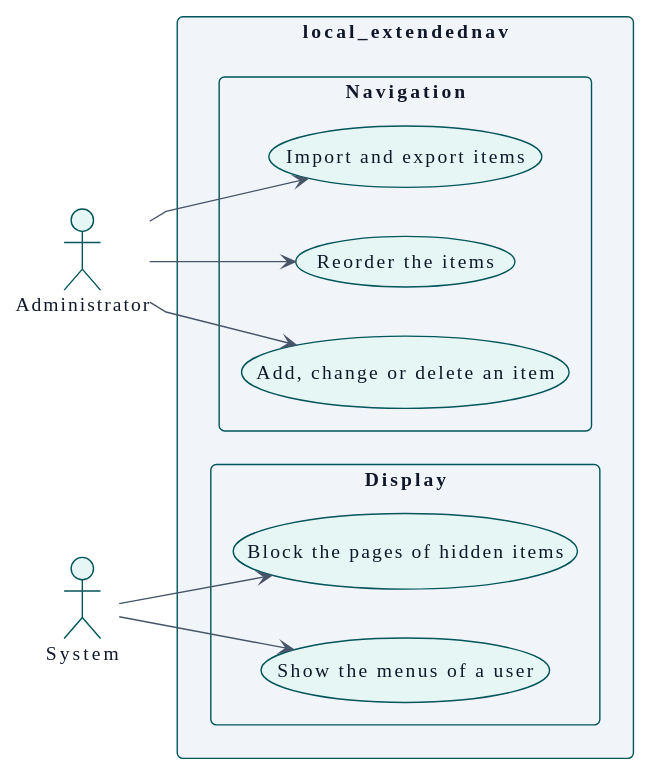
This is docs/en/technical/requirements/use-case-overview.svg from didactika/moodle-local_extendednav, a PlantUML export, as it was before one commit.
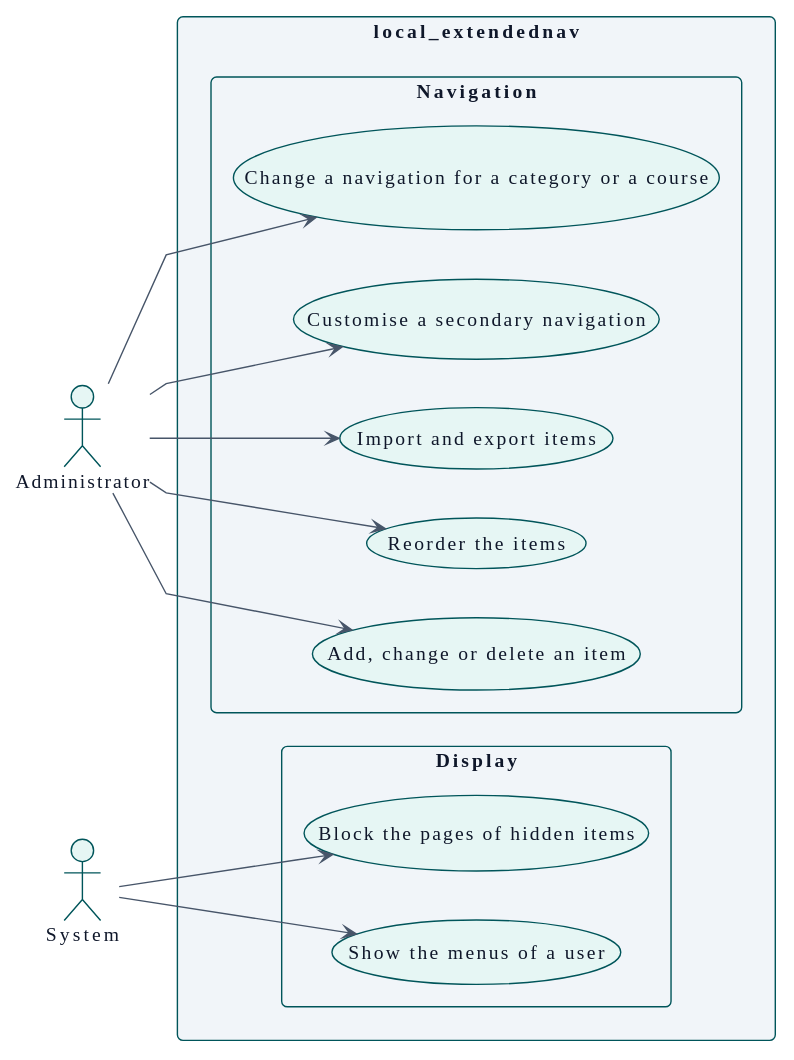
The same diagram one commit later.

What changed in the source:
```diff
@@ -114,6 +114,8 @@
     usecase "Add, change or delete an item" as UC_manageNodes
     usecase "Reorder the items" as UC_reorderNodes
     usecase "Import and export items" as UC_importNodes
+    usecase "Customise a secondary navigation" as UC_customiseSecondaryNavigation
+    usecase "Change a navigation for a category or a course" as UC_setScopeException
   }
   package "Display" {
     usecase "Show the menus of a user" as UC_showMenus
@@ -126,4 +128,6 @@
 A_Administrator --> UC_importNodes
 A_System --> UC_showMenus
 A_System --> UC_blockUrl
+A_Administrator --> UC_customiseSecondaryNavigation
+A_Administrator --> UC_setScopeException
 @enduml
```
